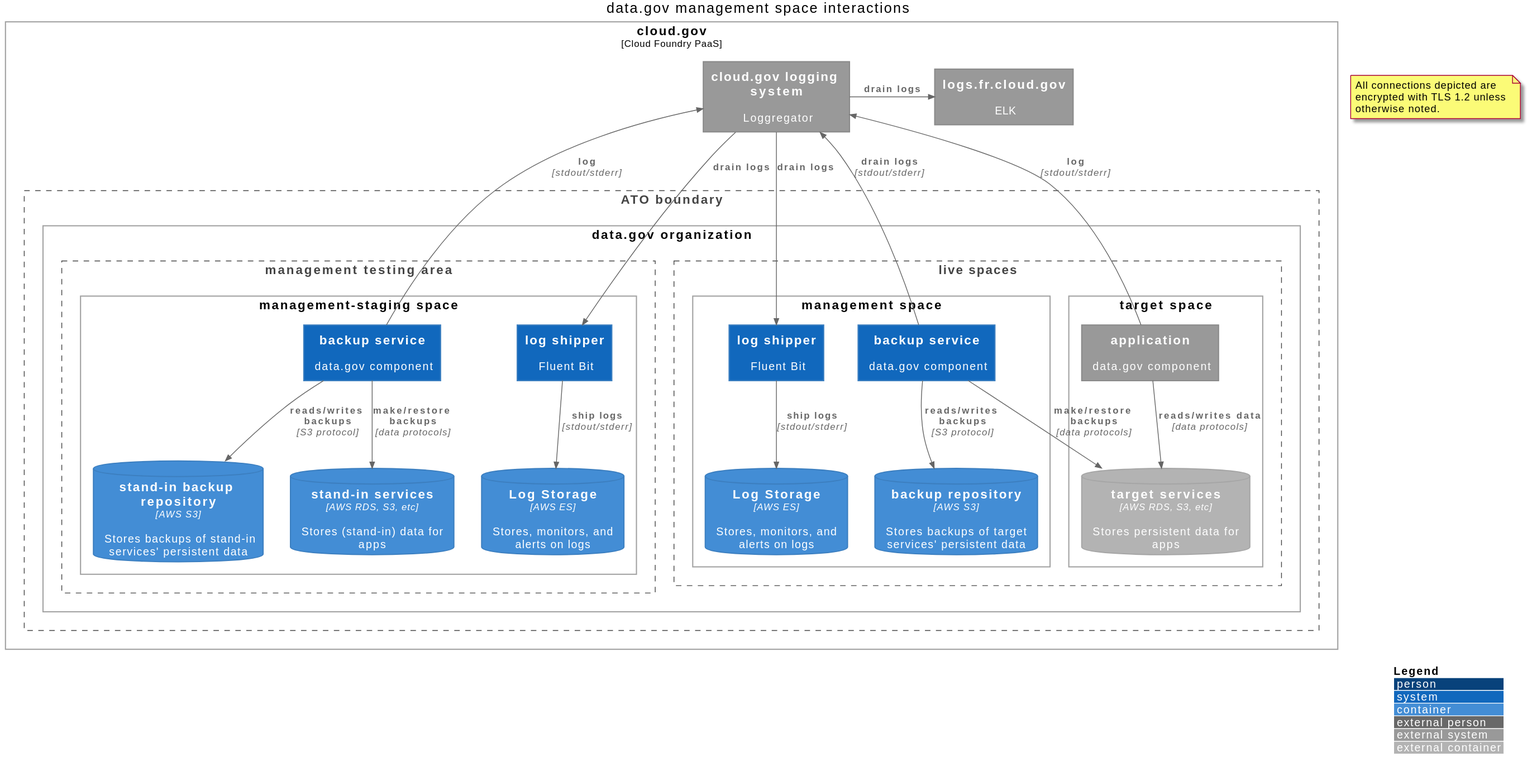
Earlier version of the PlantUML export out/management-space/data.gov management space interactions.svg (GSA/datagov-compliance).
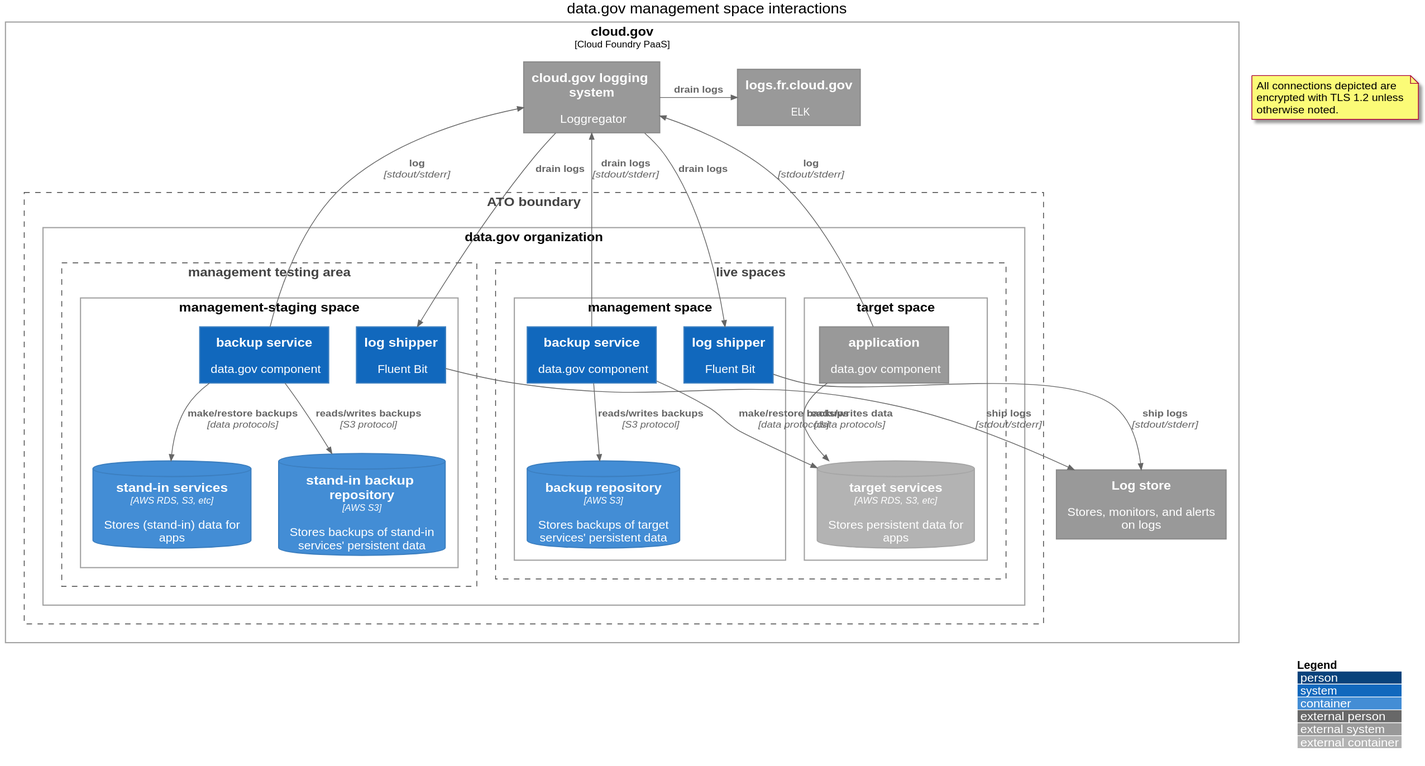
The same diagram one commit later.

Commit message:
Replace Elasticsearch with external service

The edit, as a diff of the source:
```diff
@@ -8,13 +8,13 @@
 Deployment_Node(cloudgov, "cloud.gov", "Cloud Foundry PaaS") {
     System_Ext(cloudgov_loggregator, "cloud.gov logging system", "Loggregator")
     System_Ext(cloudgov_logs, "logs.fr.cloud.gov", "ELK")
+    System_Ext(log_service, "Log store", "Stores, monitors, and alerts on logs")
     Boundary(atob, "ATO boundary") {
         Deployment_Node(organization, "data.gov organization") {
             Boundary(ms_staging_boundary, "management testing area") {
                 Deployment_Node(ms_space, "management-staging space") {
                     System(ms_dumper, "backup service", "data.gov component")
                     System(ms_drain, "log shipper", "Fluent Bit")
-                    ContainerDb(ms_es_logs, "Log Storage", "AWS ES", "Stores, monitors, and alerts on logs")
                     ContainerDb(ms_services, "stand-in services", "AWS RDS, S3, etc", "Stores (stand-in) data for apps")
                     ContainerDb(ms_backups, "stand-in backup repository", "AWS S3", "Stores backups of stand-in services' persistent data")
                 }
@@ -24,7 +24,6 @@
                     System(management_dumper, "backup service", "data.gov component")
                     ContainerDb(manangement_backups, "backup repository", "AWS S3", "Stores backups of target services' persistent data")
                     System(management_drain, "log shipper", "Fluent Bit")
-                    ContainerDb(es_logs, "Log Storage", "AWS ES", "Stores, monitors, and alerts on logs")
                 }
                 Deployment_Node(target_space, "target space") {
                     System_Ext(target_app, "application", "data.gov component")
@@ -51,6 +50,6 @@
 Rel_Down(cloudgov_loggregator, ms_drain, "drain logs")
 Rel_Right(cloudgov_loggregator, cloudgov_logs, "drain logs")
 
-Rel(management_drain, es_logs, "ship logs", "stdout/stderr")
-Rel(ms_drain, ms_es_logs, "ship logs", "stdout/stderr")
+Rel(management_drain, log_service, "ship logs", "stdout/stderr")
+Rel(ms_drain, log_service, "ship logs", "stdout/stderr")
 @enduml
```
